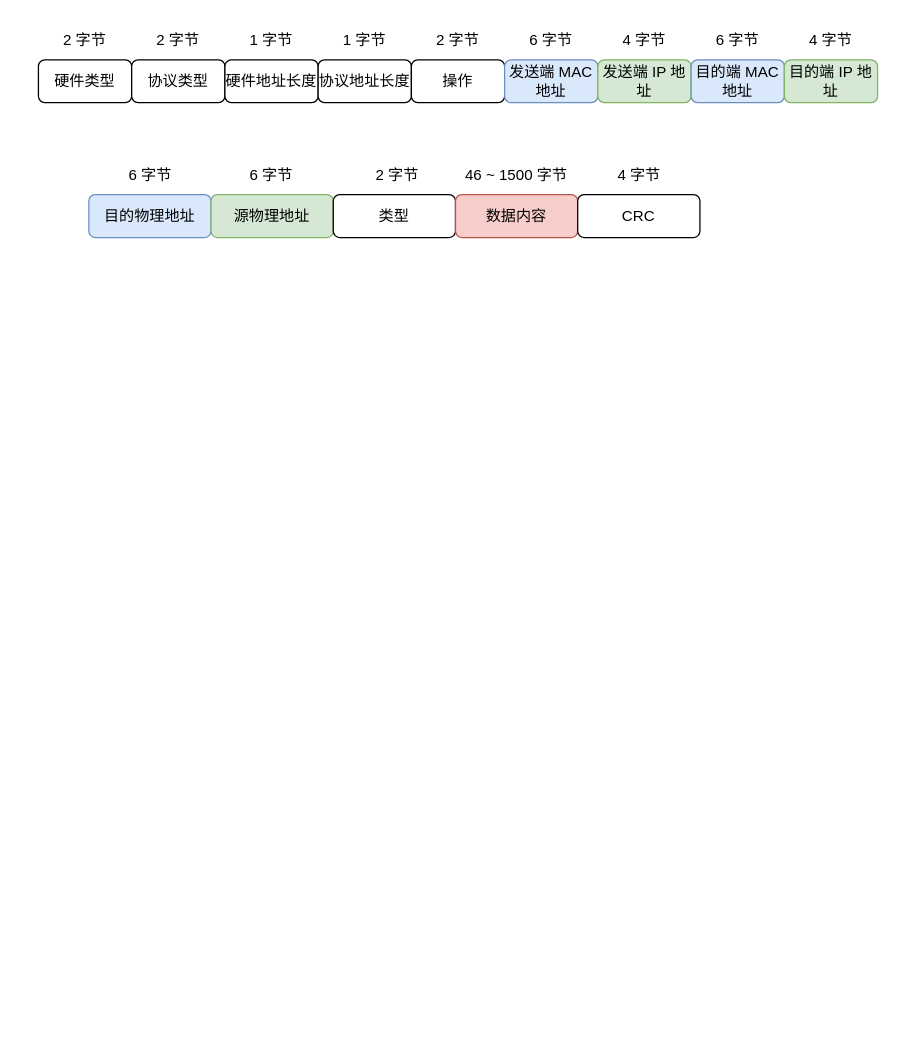
This is [goodBook]/[What]goodBook--Linux高性能服务器编程/chapter1/pic.drawio from KcMeterCEC/explore, a draw.io file, before an edit. Source tidied: cells renumbered, new cells numbered last; positions are measured from the earlier drawing's top-left corner, leaving out a move shared by most shapes. Both pictures are drawn from the tidied source at 126%, with x=0, y=0 at pixel (38, 21).
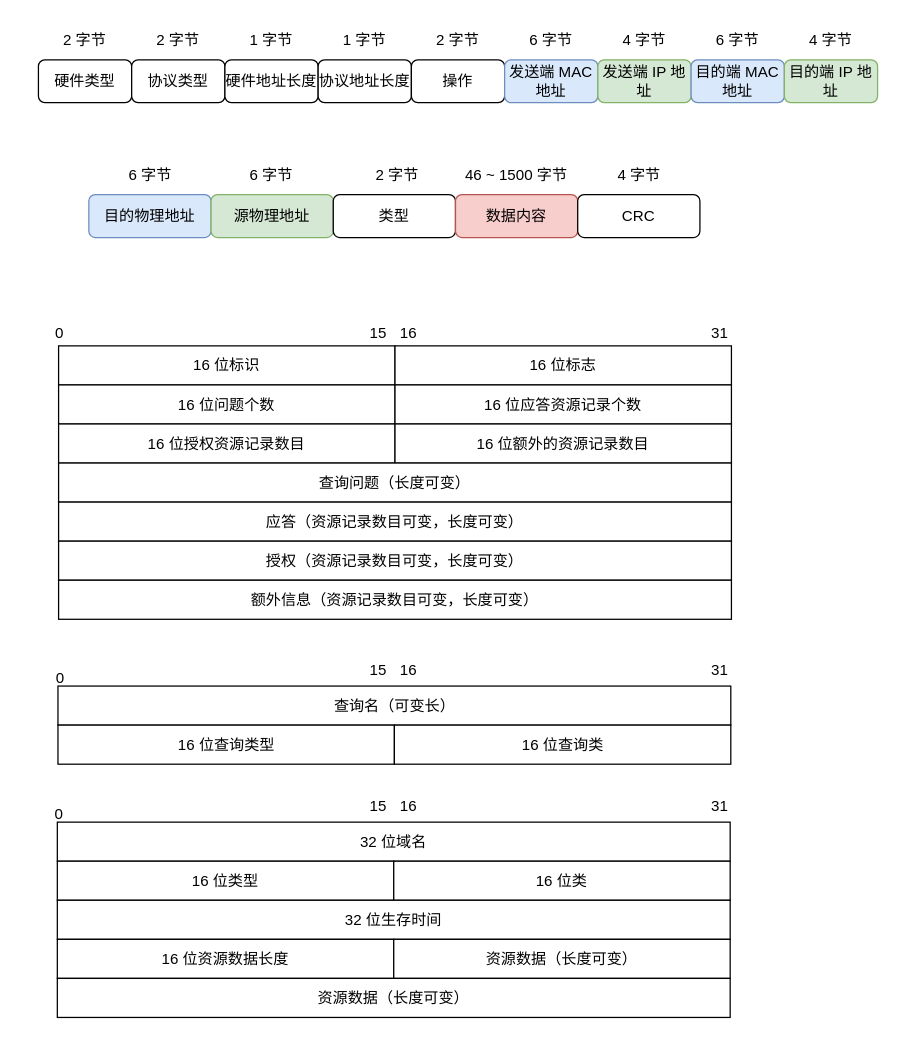
After the change.

Diff of the diagram source:
```diff
@@
+    <mxCell id="30" value="16 位标识" style="rounded=0;whiteSpace=wrap;html=1;" parent="1" vertex="1">
+      <mxGeometry x="16" y="257" width="267" height="31" as="geometry" />
+    </mxCell>
+    <mxCell id="31" value="16 位标志" style="rounded=0;whiteSpace=wrap;html=1;" parent="1" vertex="1">
+      <mxGeometry x="283" y="257" width="267" height="31" as="geometry" />
+    </mxCell>
+    <mxCell id="32" value="16 位问题个数" style="rounded=0;whiteSpace=wrap;html=1;" parent="1" vertex="1">
+      <mxGeometry x="16" y="288" width="267" height="31" as="geometry" />
+    </mxCell>
+    <mxCell id="33" value="16 位应答资源记录个数" style="rounded=0;whiteSpace=wrap;html=1;" parent="1" vertex="1">
+      <mxGeometry x="283" y="288" width="267" height="31" as="geometry" />
+    </mxCell>
+    <mxCell id="34" value="16 位授权资源记录数目" style="rounded=0;whiteSpace=wrap;html=1;" parent="1" vertex="1">
+      <mxGeometry x="16" y="319" width="267" height="31" as="geometry" />
+    </mxCell>
+    <mxCell id="35" value="16 位额外的资源记录数目" style="rounded=0;whiteSpace=wrap;html=1;" parent="1" vertex="1">
+      <mxGeometry x="283" y="319" width="267" height="31" as="geometry" />
+    </mxCell>
+    <mxCell id="36" value="查询问题（长度可变）" style="rounded=0;whiteSpace=wrap;html=1;" parent="1" vertex="1">
+      <mxGeometry x="16" y="350" width="534" height="31" as="geometry" />
+    </mxCell>
+    <mxCell id="37" value="应答（资源记录数目可变，长度可变）" style="rounded=0;whiteSpace=wrap;html=1;" parent="1" vertex="1">
+      <mxGeometry x="16" y="381" width="534" height="31" as="geometry" />
+    </mxCell>
+    <mxCell id="38" value="授权（资源记录数目可变，长度可变）" style="rounded=0;whiteSpace=wrap;html=1;" parent="1" vertex="1">
+      <mxGeometry x="16" y="412" width="534" height="31" as="geometry" />
+    </mxCell>
+    <mxCell id="39" value="额外信息（资源记录数目可变，长度可变）" style="rounded=0;whiteSpace=wrap;html=1;" parent="1" vertex="1">
+      <mxGeometry x="16" y="443" width="534" height="31" as="geometry" />
+    </mxCell>
+    <mxCell id="40" value="0" style="text;html=1;strokeColor=none;fillColor=none;align=center;verticalAlign=middle;whiteSpace=wrap;rounded=0;" parent="1" vertex="1">
+      <mxGeometry x="-13" y="232" width="60" height="30" as="geometry" />
+    </mxCell>
+    <mxCell id="41" value="15" style="text;html=1;strokeColor=none;fillColor=none;align=center;verticalAlign=middle;whiteSpace=wrap;rounded=0;" parent="1" vertex="1">
+      <mxGeometry x="261" y="235" width="18" height="24" as="geometry" />
+    </mxCell>
+    <mxCell id="42" value="16" style="text;html=1;strokeColor=none;fillColor=none;align=center;verticalAlign=middle;whiteSpace=wrap;rounded=0;" parent="1" vertex="1">
+      <mxGeometry x="285" y="235" width="18" height="24" as="geometry" />
+    </mxCell>
+    <mxCell id="43" value="31" style="text;html=1;strokeColor=none;fillColor=none;align=center;verticalAlign=middle;whiteSpace=wrap;rounded=0;" parent="1" vertex="1">
+      <mxGeometry x="532" y="235" width="18" height="24" as="geometry" />
+    </mxCell>
+    <mxCell id="44" value="查询名（可变长）" style="rounded=0;whiteSpace=wrap;html=1;" parent="1" vertex="1">
+      <mxGeometry x="15.5" y="527" width="534" height="31" as="geometry" />
+    </mxCell>
+    <mxCell id="45" value="16 位查询类型" style="rounded=0;whiteSpace=wrap;html=1;" parent="1" vertex="1">
+      <mxGeometry x="15.5" y="558" width="267" height="31" as="geometry" />
+    </mxCell>
+    <mxCell id="46" value="16 位查询类" style="rounded=0;whiteSpace=wrap;html=1;" parent="1" vertex="1">
+      <mxGeometry x="282.5" y="558" width="267" height="31" as="geometry" />
+    </mxCell>
+    <mxCell id="47" value="0" style="text;html=1;strokeColor=none;fillColor=none;align=center;verticalAlign=middle;whiteSpace=wrap;rounded=0;" parent="1" vertex="1">
+      <mxGeometry x="7.5" y="506" width="19" height="30" as="geometry" />
+    </mxCell>
+    <mxCell id="48" value="15" style="text;html=1;strokeColor=none;fillColor=none;align=center;verticalAlign=middle;whiteSpace=wrap;rounded=0;" parent="1" vertex="1">
+      <mxGeometry x="261" y="503" width="18" height="24" as="geometry" />
+    </mxCell>
+    <mxCell id="49" value="16" style="text;html=1;strokeColor=none;fillColor=none;align=center;verticalAlign=middle;whiteSpace=wrap;rounded=0;" parent="1" vertex="1">
+      <mxGeometry x="285" y="503" width="18" height="24" as="geometry" />
+    </mxCell>
+    <mxCell id="50" value="31" style="text;html=1;strokeColor=none;fillColor=none;align=center;verticalAlign=middle;whiteSpace=wrap;rounded=0;" parent="1" vertex="1">
+      <mxGeometry x="532" y="503" width="18" height="24" as="geometry" />
+    </mxCell>
+    <mxCell id="51" value="32 位域名" style="rounded=0;whiteSpace=wrap;html=1;" parent="1" vertex="1">
+      <mxGeometry x="15" y="635" width="534" height="31" as="geometry" />
+    </mxCell>
+    <mxCell id="52" value="0" style="text;html=1;strokeColor=none;fillColor=none;align=center;verticalAlign=middle;whiteSpace=wrap;rounded=0;" parent="1" vertex="1">
+      <mxGeometry x="7" y="614" width="19" height="30" as="geometry" />
+    </mxCell>
+    <mxCell id="53" value="15" style="text;html=1;strokeColor=none;fillColor=none;align=center;verticalAlign=middle;whiteSpace=wrap;rounded=0;" parent="1" vertex="1">
+      <mxGeometry x="260.5" y="611" width="18" height="24" as="geometry" />
+    </mxCell>
+    <mxCell id="54" value="16" style="text;html=1;strokeColor=none;fillColor=none;align=center;verticalAlign=middle;whiteSpace=wrap;rounded=0;" parent="1" vertex="1">
+      <mxGeometry x="284.5" y="611" width="18" height="24" as="geometry" />
+    </mxCell>
+    <mxCell id="55" value="31" style="text;html=1;strokeColor=none;fillColor=none;align=center;verticalAlign=middle;whiteSpace=wrap;rounded=0;" parent="1" vertex="1">
+      <mxGeometry x="531.5" y="611" width="18" height="24" as="geometry" />
+    </mxCell>
+    <mxCell id="56" value="16 位类型" style="rounded=0;whiteSpace=wrap;html=1;" parent="1" vertex="1">
+      <mxGeometry x="15" y="666" width="267" height="31" as="geometry" />
+    </mxCell>
+    <mxCell id="57" value="16 位类" style="rounded=0;whiteSpace=wrap;html=1;" parent="1" vertex="1">
+      <mxGeometry x="282" y="666" width="267" height="31" as="geometry" />
+    </mxCell>
+    <mxCell id="58" value="32 位生存时间" style="rounded=0;whiteSpace=wrap;html=1;" parent="1" vertex="1">
+      <mxGeometry x="15" y="697" width="534" height="31" as="geometry" />
+    </mxCell>
+    <mxCell id="59" value="16 位资源数据长度" style="rounded=0;whiteSpace=wrap;html=1;" parent="1" vertex="1">
+      <mxGeometry x="15" y="728" width="267" height="31" as="geometry" />
+    </mxCell>
+    <mxCell id="60" value="资源数据（长度可变）" style="rounded=0;whiteSpace=wrap;html=1;" parent="1" vertex="1">
+      <mxGeometry x="282" y="728" width="267" height="31" as="geometry" />
+    </mxCell>
+    <mxCell id="61" value="资源数据（长度可变）" style="rounded=0;whiteSpace=wrap;html=1;" parent="1" vertex="1">
+      <mxGeometry x="15" y="759" width="534" height="31" as="geometry" />
+    </mxCell>
```
